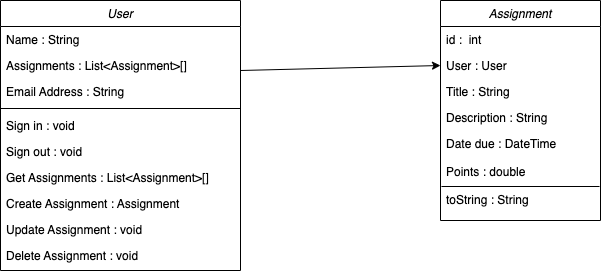
This is assets/Assignment Tracker Class Diagram.drawio.png from jeremylshepherd/assignment_tracker, a draw.io export, as it was before one commit. Source tidied: cells renumbered, new cells last; positions are measured from the earlier drawing's top-left corner, leaving out a move shared by most shapes.
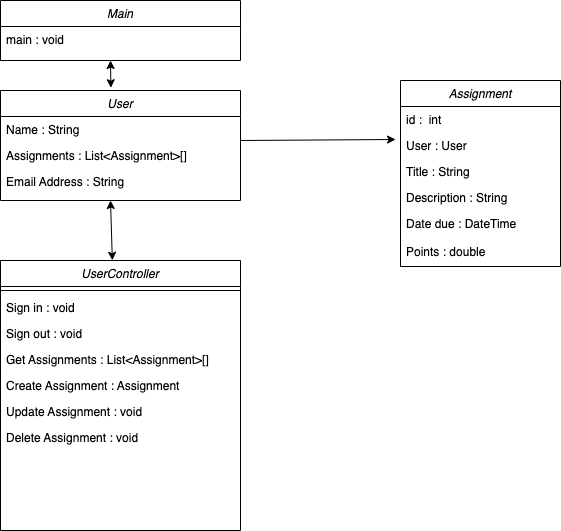
After the change.

The edit, as a diff of the source:
```diff
@@ -2,41 +2,55 @@
   <root>
     <mxCell id="0" />
     <mxCell id="1" parent="0" />
-    <mxCell id="2" value="User" style="swimlane;fontStyle=2;align=center;verticalAlign=top;horizontal=1;startSize=26;rounded=0;shadow=0;strokeWidth=1;" parent="1" vertex="1">
-      <mxGeometry width="240" height="270" as="geometry" />
+    <mxCell id="2" value="UserController" style="swimlane;fontStyle=2;align=center;verticalAlign=top;horizontal=1;startSize=26;rounded=0;shadow=0;strokeWidth=1;" parent="1" vertex="1">
+      <mxGeometry x="50" y="280" width="240" height="270" as="geometry" />
     </mxCell>
-    <mxCell id="3" value="Name : String" style="text;align=left;verticalAlign=top;spacingLeft=4;spacingRight=4;overflow=hidden;" parent="2" vertex="1">
-      <mxGeometry y="26" width="240" height="26" as="geometry" />
-    </mxCell>
-    <mxCell id="4" value="Assignments : List&lt;Assignment&gt;[]" style="text;align=left;verticalAlign=top;spacingLeft=4;spacingRight=4;overflow=hidden;rounded=0;shadow=0;html=0;" parent="2" vertex="1">
-      <mxGeometry y="52" width="240" height="26" as="geometry" />
-    </mxCell>
-    <mxCell id="5" value="Email Address : String" style="text;align=left;verticalAlign=top;spacingLeft=4;spacingRight=4;overflow=hidden;rounded=0;shadow=0;html=0;" parent="2" vertex="1">
-      <mxGeometry y="78" width="240" height="26" as="geometry" />
-    </mxCell>
     <mxCell id="6" style="line;html=1;strokeWidth=1;align=left;verticalAlign=middle;spacingTop=-1;spacingLeft=3;spacingRight=3;labelPosition=right;" parent="2" vertex="1">
-      <mxGeometry y="104" width="240" height="8" as="geometry" />
+      <mxGeometry y="26" width="240" height="8" as="geometry" />
     </mxCell>
     <mxCell id="7" value="Sign in : void" style="text;align=left;verticalAlign=top;spacingLeft=4;spacingRight=4;overflow=hidden;" parent="2" vertex="1">
-      <mxGeometry y="112" width="240" height="26" as="geometry" />
+      <mxGeometry y="34" width="240" height="26" as="geometry" />
     </mxCell>
     <mxCell id="8" value="Sign out : void" style="text;align=left;verticalAlign=top;spacingLeft=4;spacingRight=4;overflow=hidden;" parent="2" vertex="1">
-      <mxGeometry y="138" width="240" height="26" as="geometry" />
+      <mxGeometry y="60" width="240" height="26" as="geometry" />
     </mxCell>
     <mxCell id="9" value="Get Assignments : List&lt;Assignment&gt;[]" style="text;align=left;verticalAlign=top;spacingLeft=4;spacingRight=4;overflow=hidden;" parent="2" vertex="1">
-      <mxGeometry y="164" width="240" height="26" as="geometry" />
+      <mxGeometry y="86" width="240" height="26" as="geometry" />
     </mxCell>
     <mxCell id="10" value="Create Assignment : Assignment" style="text;align=left;verticalAlign=top;spacingLeft=4;spacingRight=4;overflow=hidden;" parent="2" vertex="1">
-      <mxGeometry y="190" width="240" height="26" as="geometry" />
+      <mxGeometry y="112" width="240" height="26" as="geometry" />
     </mxCell>
     <mxCell id="11" value="Update Assignment : void" style="text;align=left;verticalAlign=top;spacingLeft=4;spacingRight=4;overflow=hidden;" parent="2" vertex="1">
-      <mxGeometry y="216" width="240" height="26" as="geometry" />
+      <mxGeometry y="138" width="240" height="26" as="geometry" />
     </mxCell>
     <mxCell id="12" value="Delete Assignment : void" style="text;align=left;verticalAlign=top;spacingLeft=4;spacingRight=4;overflow=hidden;" parent="2" vertex="1">
-      <mxGeometry y="242" width="240" height="26" as="geometry" />
+      <mxGeometry y="164" width="240" height="26" as="geometry" />
     </mxCell>
+    <mxCell id="23" value="Main" style="swimlane;fontStyle=2;align=center;verticalAlign=top;horizontal=1;startSize=26;rounded=0;shadow=0;strokeWidth=1;" parent="1" vertex="1">
+      <mxGeometry x="50" y="20" width="240" height="60" as="geometry" />
+    </mxCell>
+    <mxCell id="24" value="main : void" style="text;align=left;verticalAlign=top;spacingLeft=4;spacingRight=4;overflow=hidden;" parent="23" vertex="1">
+      <mxGeometry y="26" width="240" height="26" as="geometry" />
+    </mxCell>
+    <mxCell id="25" value="User" style="swimlane;fontStyle=2;align=center;verticalAlign=top;horizontal=1;startSize=26;rounded=0;shadow=0;strokeWidth=1;" parent="1" vertex="1">
+      <mxGeometry x="50" y="110" width="240" height="110" as="geometry" />
+    </mxCell>
+    <mxCell id="3" value="Name : String" style="text;align=left;verticalAlign=top;spacingLeft=4;spacingRight=4;overflow=hidden;" parent="25" vertex="1">
+      <mxGeometry y="26" width="240" height="26" as="geometry" />
+    </mxCell>
+    <mxCell id="4" value="Assignments : List&lt;Assignment&gt;[]" style="text;align=left;verticalAlign=top;spacingLeft=4;spacingRight=4;overflow=hidden;rounded=0;shadow=0;html=0;" parent="25" vertex="1">
+      <mxGeometry y="52" width="240" height="26" as="geometry" />
+    </mxCell>
+    <mxCell id="5" value="Email Address : String" style="text;align=left;verticalAlign=top;spacingLeft=4;spacingRight=4;overflow=hidden;rounded=0;shadow=0;html=0;" parent="25" vertex="1">
+      <mxGeometry y="78" width="240" height="26" as="geometry" />
+    </mxCell>
+    <mxCell id="26" style="endArrow=classic;startArrow=classic;html=1;rounded=0;fontFamily=Permanent Marker;fontSource=https%3A%2F%2Ffonts.googleapis.com%2Fcss%3Ffamily%3DPermanent%2BMarker;fontSize=36;exitX=0.466;exitY=-0.001;exitDx=0;exitDy=0;exitPerimeter=0;" parent="25" edge="1" source="2">
+      <mxGeometry relative="1" as="geometry">
+        <mxPoint x="110" y="110" as="targetPoint" />
+      </mxGeometry>
+    </mxCell>
     <mxCell id="13" value="Assignment" style="swimlane;fontStyle=2;align=center;verticalAlign=top;horizontal=1;startSize=26;rounded=0;shadow=0;strokeWidth=1;" parent="1" vertex="1">
-      <mxGeometry x="440" width="160" height="220" as="geometry" />
+      <mxGeometry x="450" y="100" width="160" height="186" as="geometry" />
     </mxCell>
     <mxCell id="14" value="id :  int" style="text;align=left;verticalAlign=top;spacingLeft=4;spacingRight=4;overflow=hidden;" parent="13" vertex="1">
       <mxGeometry y="26" width="160" height="26" as="geometry" />
@@ -56,16 +70,15 @@
     <mxCell id="19" value="Points : double" style="text;align=left;verticalAlign=top;spacingLeft=4;spacingRight=4;overflow=hidden;rounded=0;shadow=0;html=0;" parent="13" vertex="1">
       <mxGeometry y="158" width="160" height="28" as="geometry" />
     </mxCell>
-    <mxCell id="20" style="endArrow=none;html=1;rounded=0;fontFamily=Permanent Marker;fontSource=https%3A%2F%2Ffonts.googleapis.com%2Fcss%3Ffamily%3DPermanent%2BMarker;fontSize=36;entryX=0.994;entryY=0;entryDx=0;entryDy=0;entryPerimeter=0;exitX=0.006;exitY=0;exitDx=0;exitDy=0;exitPerimeter=0;" parent="13" edge="1" source="21" target="21">
-      <mxGeometry relative="1" as="geometry" />
-    </mxCell>
-    <mxCell id="21" value="toString : String" style="text;align=left;verticalAlign=top;spacingLeft=4;spacingRight=4;overflow=hidden;points=[[0,0.5],[1,0.5]];portConstraint=eastwest;rounded=0;shadow=0;html=0;" parent="13" vertex="1">
-      <mxGeometry y="186" width="160" height="28" as="geometry" />
-    </mxCell>
-    <mxCell id="22" style="endArrow=classic;html=1;rounded=0;fontFamily=Permanent Marker;fontSource=https%3A%2F%2Ffonts.googleapis.com%2Fcss%3Ffamily%3DPermanent%2BMarker;fontSize=36;entryX=0;entryY=0.5;entryDx=0;entryDy=0;" parent="1" edge="1" target="15">
-      <mxGeometry relative="1" as="geometry">
-        <mxPoint x="240" y="70" as="sourcePoint" />
-      </mxGeometry>
-    </mxCell>
+    <mxCell id="27" style="endArrow=classic;html=1;rounded=0;fontFamily=Permanent Marker;fontSource=https%3A%2F%2Ffonts.googleapis.com%2Fcss%3Ffamily%3DPermanent%2BMarker;fontSize=36;entryX=-0.031;entryY=0.269;entryDx=0;entryDy=0;entryPerimeter=0;" parent="1" edge="1" target="15">
+      <mxGeometry relative="1" as="geometry">
+        <mxPoint x="290" y="160" as="sourcePoint" />
+      </mxGeometry>
+    </mxCell>
+    <mxCell id="28" style="endArrow=classic;startArrow=classic;html=1;rounded=0;fontFamily=Permanent Marker;fontSource=https%3A%2F%2Ffonts.googleapis.com%2Fcss%3Ffamily%3DPermanent%2BMarker;fontSize=36;exitX=0.46;exitY=-0.025;exitDx=0;exitDy=0;exitPerimeter=0;" parent="1" edge="1" source="25">
+      <mxGeometry relative="1" as="geometry">
+        <mxPoint x="160" y="80" as="targetPoint" />
+      </mxGeometry>
+    </mxCell>
   </root>
 </mxGraphModel>
```
